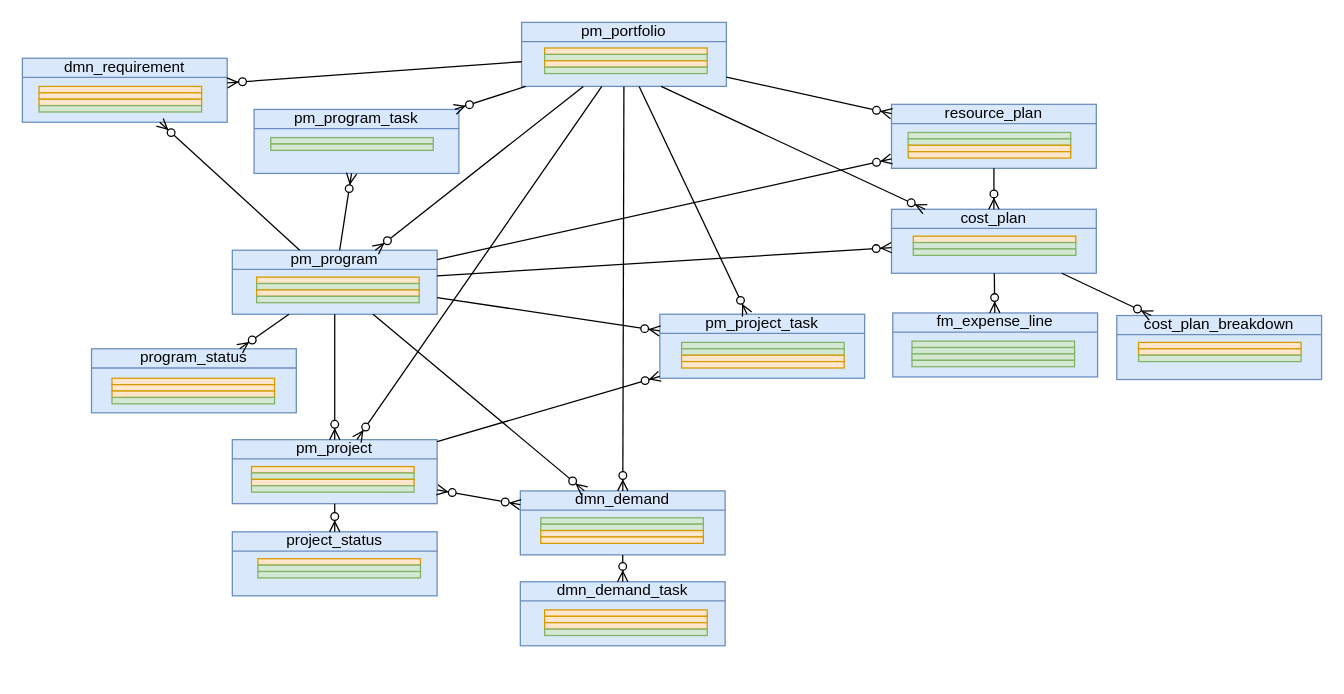
Before: page "concept" (4 of 5) of JTI_product.drawio in algimas/tmp, a draw.io diagram. Source tidied: cells renumbered, new cells numbered last; positions are measured from the earlier drawing's top-left corner, leaving out a move shared by most shapes. Both pictures are drawn from the tidied source at 128%, with x=0, y=0 at pixel (22, 22).
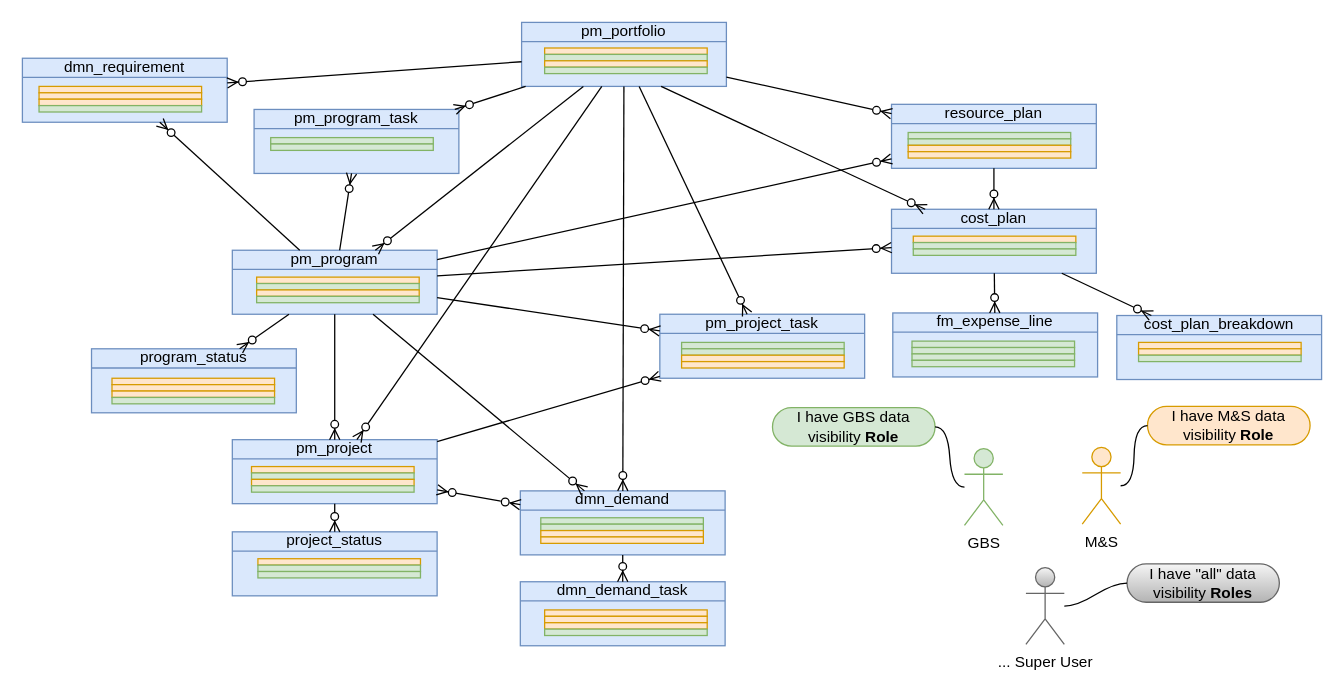
The same diagram, later.

What changed in the source:
```diff
@@
+    <mxCell id="90" value="GBS" style="shape=umlActor;verticalLabelPosition=bottom;verticalAlign=top;html=1;outlineConnect=0;fillColor=#d5e8d4;strokeColor=#82b366;" parent="1" vertex="1">
+      <mxGeometry x="736" y="333" width="30" height="60" as="geometry" />
+    </mxCell>
+    <mxCell id="91" value="M&amp;amp;S" style="shape=umlActor;verticalLabelPosition=bottom;verticalAlign=top;html=1;outlineConnect=0;fillColor=#ffe6cc;strokeColor=#d79b00;" parent="1" vertex="1">
+      <mxGeometry x="828" y="332" width="30" height="60" as="geometry" />
+    </mxCell>
+    <mxCell id="92" value="I have M&amp;amp;S data visibility &lt;b&gt;Role&lt;/b&gt;" style="whiteSpace=wrap;html=1;rounded=1;arcSize=50;align=center;verticalAlign=middle;strokeWidth=1;spacing=4;newEdgeStyle={&quot;edgeStyle&quot;:&quot;entityRelationEdgeStyle&quot;,&quot;startArrow&quot;:&quot;none&quot;,&quot;endArrow&quot;:&quot;none&quot;,&quot;segment&quot;:10,&quot;curved&quot;:1,&quot;sourcePerimeterSpacing&quot;:0,&quot;targetPerimeterSpacing&quot;:0};fillColor=#ffe6cc;strokeColor=#d79b00;" parent="1" vertex="1">
+      <mxGeometry x="879" y="300" width="127" height="30" as="geometry" />
+    </mxCell>
+    <mxCell id="93" style="edgeStyle=entityRelationEdgeStyle;startArrow=none;endArrow=none;segment=10;curved=1;sourcePerimeterSpacing=0;targetPerimeterSpacing=0;rounded=0;" parent="1" edge="1" source="91" target="92">
+      <mxGeometry relative="1" as="geometry" />
+    </mxCell>
+    <mxCell id="94" value="I have GBS data visibility &lt;b&gt;Role&lt;/b&gt;" style="whiteSpace=wrap;html=1;rounded=1;arcSize=50;align=center;verticalAlign=middle;strokeWidth=1;spacing=4;newEdgeStyle={&quot;edgeStyle&quot;:&quot;entityRelationEdgeStyle&quot;,&quot;startArrow&quot;:&quot;none&quot;,&quot;endArrow&quot;:&quot;none&quot;,&quot;segment&quot;:10,&quot;curved&quot;:1,&quot;sourcePerimeterSpacing&quot;:0,&quot;targetPerimeterSpacing&quot;:0};fillColor=#d5e8d4;strokeColor=#82b366;" parent="1" vertex="1">
+      <mxGeometry x="586" y="301" width="127" height="30" as="geometry" />
+    </mxCell>
+    <mxCell id="95" style="edgeStyle=entityRelationEdgeStyle;startArrow=none;endArrow=none;segment=10;curved=1;sourcePerimeterSpacing=0;targetPerimeterSpacing=0;rounded=0;" parent="1" edge="1" source="90" target="94">
+      <mxGeometry relative="1" as="geometry" />
+    </mxCell>
+    <mxCell id="96" value="... Super User" style="shape=umlActor;verticalLabelPosition=bottom;verticalAlign=top;html=1;outlineConnect=0;fillColor=#f5f5f5;strokeColor=#666666;gradientColor=#b3b3b3;" parent="1" vertex="1">
+      <mxGeometry x="784" y="426" width="30" height="60" as="geometry" />
+    </mxCell>
+    <mxCell id="97" value="I have &quot;all&quot; data visibility &lt;b&gt;Roles&lt;/b&gt;" style="whiteSpace=wrap;html=1;rounded=1;arcSize=50;align=center;verticalAlign=middle;strokeWidth=1;spacing=4;newEdgeStyle={&quot;edgeStyle&quot;:&quot;entityRelationEdgeStyle&quot;,&quot;startArrow&quot;:&quot;none&quot;,&quot;endArrow&quot;:&quot;none&quot;,&quot;segment&quot;:10,&quot;curved&quot;:1,&quot;sourcePerimeterSpacing&quot;:0,&quot;targetPerimeterSpacing&quot;:0};fillColor=#f5f5f5;strokeColor=#666666;gradientColor=#b3b3b3;" parent="1" vertex="1">
+      <mxGeometry x="863" y="423" width="119" height="30" as="geometry" />
+    </mxCell>
+    <mxCell id="98" style="edgeStyle=entityRelationEdgeStyle;startArrow=none;endArrow=none;segment=10;curved=1;sourcePerimeterSpacing=0;targetPerimeterSpacing=0;rounded=0;" parent="1" edge="1" source="96" target="97">
+      <mxGeometry relative="1" as="geometry" />
+    </mxCell>
```
